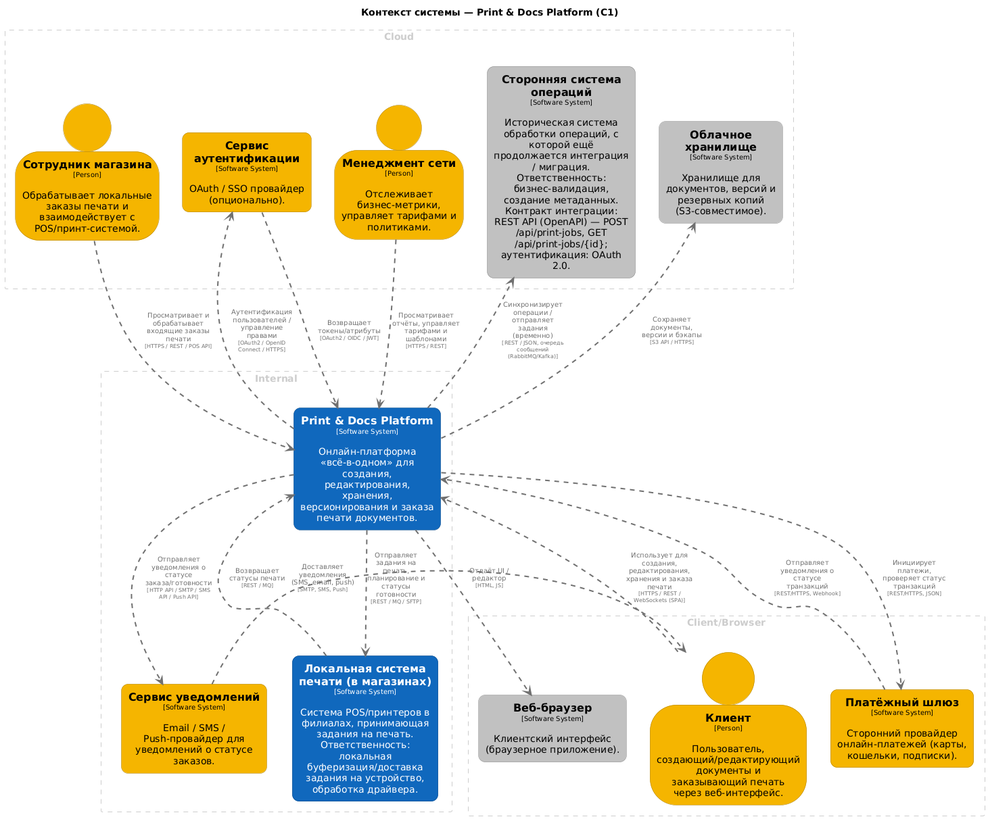
Before: docs/architecture/diagrams/structurizr-SystemContext-001.png, a diagram exported from PlantUML (EvgenijKobzar/sa-otus). The source it was exported from:
```plantuml
@startuml
set separator none
title Контекст системы — Print & Docs Platform (C1)

top to bottom direction

skinparam {
  arrowFontSize 10
  defaultTextAlignment center
  wrapWidth 200
  maxMessageSize 100
}

hide stereotype

skinparam rectangle<<PrintDocsPlatform>> {
  BackgroundColor #1168bd
  FontColor #ffffff
  BorderColor #0b4884
  roundCorner 20
  shadowing false
}
skinparam rectangle<<Веббраузер>> {
  BackgroundColor #c0c0c0
  FontColor #000000
  BorderColor #868686
  roundCorner 20
  shadowing false
}
skinparam person<<Клиент>> {
  BackgroundColor #f4b400
  FontColor #000000
  BorderColor #aa7d00
  shadowing false
}
skinparam rectangle<<Локальнаясистемапечативмагазинах>> {
  BackgroundColor #1168bd
  FontColor #ffffff
  BorderColor #0b4884
  roundCorner 20
  shadowing false
}
skinparam person<<Менеджментсети>> {
  BackgroundColor #f4b400
  FontColor #000000
  BorderColor #aa7d00
  shadowing false
}
skinparam rectangle<<Облачноехранилище>> {
  BackgroundColor #c0c0c0
  FontColor #000000
  BorderColor #868686
  roundCorner 20
  shadowing false
}
skinparam rectangle<<Платёжныйшлюз>> {
  BackgroundColor #f4b400
  FontColor #000000
  BorderColor #aa7d00
  roundCorner 20
  shadowing false
}
skinparam rectangle<<Сервисаутентификации>> {
  BackgroundColor #f4b400
  FontColor #000000
  BorderColor #aa7d00
  roundCorner 20
  shadowing false
}
skinparam rectangle<<Сервисуведомлений>> {
  BackgroundColor #f4b400
  FontColor #000000
  BorderColor #aa7d00
  roundCorner 20
  shadowing false
}
skinparam person<<Сотрудникмагазина>> {
  BackgroundColor #f4b400
  FontColor #000000
  BorderColor #aa7d00
  shadowing false
}
skinparam rectangle<<Сторонняясистемаопераций>> {
  BackgroundColor #c0c0c0
  FontColor #000000
  BorderColor #868686
  roundCorner 20
  shadowing false
}

rectangle "Client/Browser" <<group1>> as group1 {
  skinparam RectangleBorderColor<<group1>> #cccccc
  skinparam RectangleFontColor<<group1>> #cccccc
  skinparam RectangleBorderStyle<<group1>> dashed

  person "==Клиент\n<size:10>[Person]</size>\n\nПользователь, создающий/редактирующий документы и заказывающий печать через веб-интерфейс." <<Клиент>> as Клиент
  rectangle "==Платёжный шлюз\n<size:10>[Software System]</size>\n\nСторонний провайдер онлайн-платежей (карты, кошельки, подписки)." <<Платёжныйшлюз>> as Платёжныйшлюз
  rectangle "==Веб-браузер\n<size:10>[Software System]</size>\n\nКлиентский интерфейс (браузерное приложение)." <<Веббраузер>> as Веббраузер
}

rectangle "Cloud" <<group2>> as group2 {
  skinparam RectangleBorderColor<<group2>> #cccccc
  skinparam RectangleFontColor<<group2>> #cccccc
  skinparam RectangleBorderStyle<<group2>> dashed

  rectangle "==Сервис аутентификации\n<size:10>[Software System]</size>\n\nOAuth / SSO провайдер (опционально)." <<Сервисаутентификации>> as Сервисаутентификации
  rectangle "==Сторонняя система операций\n<size:10>[Software System]</size>\n\nИсторическая система обработки операций, с которой ещё продолжается интеграция / миграция. Ответственность: бизнес-валидация, создание метаданных. Контракт интеграции: REST API (OpenAPI) — POST /api/print-jobs, GET /api/print-jobs/{id}; аутентификация: OAuth 2.0." <<Сторонняясистемаопераций>> as Сторонняясистемаопераций
  person "==Сотрудник магазина\n<size:10>[Person]</size>\n\nОбрабатывает локальные заказы печати и взаимодействует с POS/принт-системой." <<Сотрудникмагазина>> as Сотрудникмагазина
  person "==Менеджмент сети\n<size:10>[Person]</size>\n\nОтслеживает бизнес-метрики, управляет тарифами и политиками." <<Менеджментсети>> as Менеджментсети
  rectangle "==Облачное хранилище\n<size:10>[Software System]</size>\n\nХранилище для документов, версий и резервных копий (S3-совместимое)." <<Облачноехранилище>> as Облачноехранилище
}

rectangle "Internal" <<group3>> as group3 {
  skinparam RectangleBorderColor<<group3>> #cccccc
  skinparam RectangleFontColor<<group3>> #cccccc
  skinparam RectangleBorderStyle<<group3>> dashed

  rectangle "==Print & Docs Platform\n<size:10>[Software System]</size>\n\nОнлайн-платформа «всё-в-одном» для создания, редактирования, хранения, версионирования и заказа печати документов." <<PrintDocsPlatform>> as PrintDocsPlatform
  rectangle "==Локальная система печати (в магазинах)\n<size:10>[Software System]</size>\n\nСистема POS/принтеров в филиалах, принимающая задания на печать. Ответственность: локальная буферизация/доставка задания на устройство, обработка драйвера." <<Локальнаясистемапечативмагазинах>> as Локальнаясистемапечативмагазинах
  rectangle "==Сервис уведомлений\n<size:10>[Software System]</size>\n\nEmail / SMS / Push-провайдер для уведомлений о статусе заказов." <<Сервисуведомлений>> as Сервисуведомлений
}


Клиент .[#707070,thickness=2].> PrintDocsPlatform : "<color:#707070>Использует для создания, редактирования, хранения и заказа печати\n<color:#707070><size:8>[HTTPS / REST / WebSockets (SPA)]</size>"
Сотрудникмагазина .[#707070,thickness=2].> PrintDocsPlatform : "<color:#707070>Просматривает и обрабатывает входящие заказы печати\n<color:#707070><size:8>[HTTPS / REST / POS API]</size>"
Менеджментсети .[#707070,thickness=2].> PrintDocsPlatform : "<color:#707070>Просматривает отчёты, управляет тарифами и шаблонами\n<color:#707070><size:8>[HTTPS / REST]</size>"
PrintDocsPlatform .[#707070,thickness=2].> Веббраузер : "<color:#707070>Отдаёт UI / редактор\n<color:#707070><size:8>[HTML, JS]</size>"
PrintDocsPlatform .[#707070,thickness=2].> Платёжныйшлюз : "<color:#707070>Инициирует платежи, проверяет статус транзакций\n<color:#707070><size:8>[REST/HTTPS, JSON]</size>"
Платёжныйшлюз .[#707070,thickness=2].> PrintDocsPlatform : "<color:#707070>Отправляет уведомления о статусе транзакций\n<color:#707070><size:8>[REST/HTTPS, Webhook]</size>"
PrintDocsPlatform .[#707070,thickness=2].> Сторонняясистемаопераций : "<color:#707070>Синхронизирует операции / отправляет задания (временно)\n<color:#707070><size:8>[REST / JSON, очередь сообщений (RabbitMQ/Kafka)]</size>"
PrintDocsPlatform .[#707070,thickness=2].> Локальнаясистемапечативмагазинах : "<color:#707070>Отправляет задания на печать, планирование и статусы готовности\n<color:#707070><size:8>[REST / MQ / SFTP]</size>"
Локальнаясистемапечативмагазинах .[#707070,thickness=2].> PrintDocsPlatform : "<color:#707070>Возвращает статусы печати\n<color:#707070><size:8>[REST / MQ]</size>"
PrintDocsPlatform .[#707070,thickness=2].> Облачноехранилище : "<color:#707070>Сохраняет документы, версии и бэкапы\n<color:#707070><size:8>[S3 API / HTTPS]</size>"
PrintDocsPlatform .[#707070,thickness=2].> Сервисуведомлений : "<color:#707070>Отправляет уведомления о статусе заказа/готовности\n<color:#707070><size:8>[HTTP API / SMTP / SMS API / Push API]</size>"
Сервисуведомлений .[#707070,thickness=2].> Клиент : "<color:#707070>Доставляет уведомления (SMS, email, push)\n<color:#707070><size:8>[SMTP, SMS, Push]</size>"
PrintDocsPlatform .[#707070,thickness=2].> Сервисаутентификации : "<color:#707070>Аутентификация пользователей / управление правами\n<color:#707070><size:8>[OAuth2 / OpenID Connect / HTTPS]</size>"
Сервисаутентификации .[#707070,thickness=2].> PrintDocsPlatform : "<color:#707070>Возвращает токены/атрибуты\n<color:#707070><size:8>[OAuth2 / OIDC / JWT]</size>"
@enduml
```
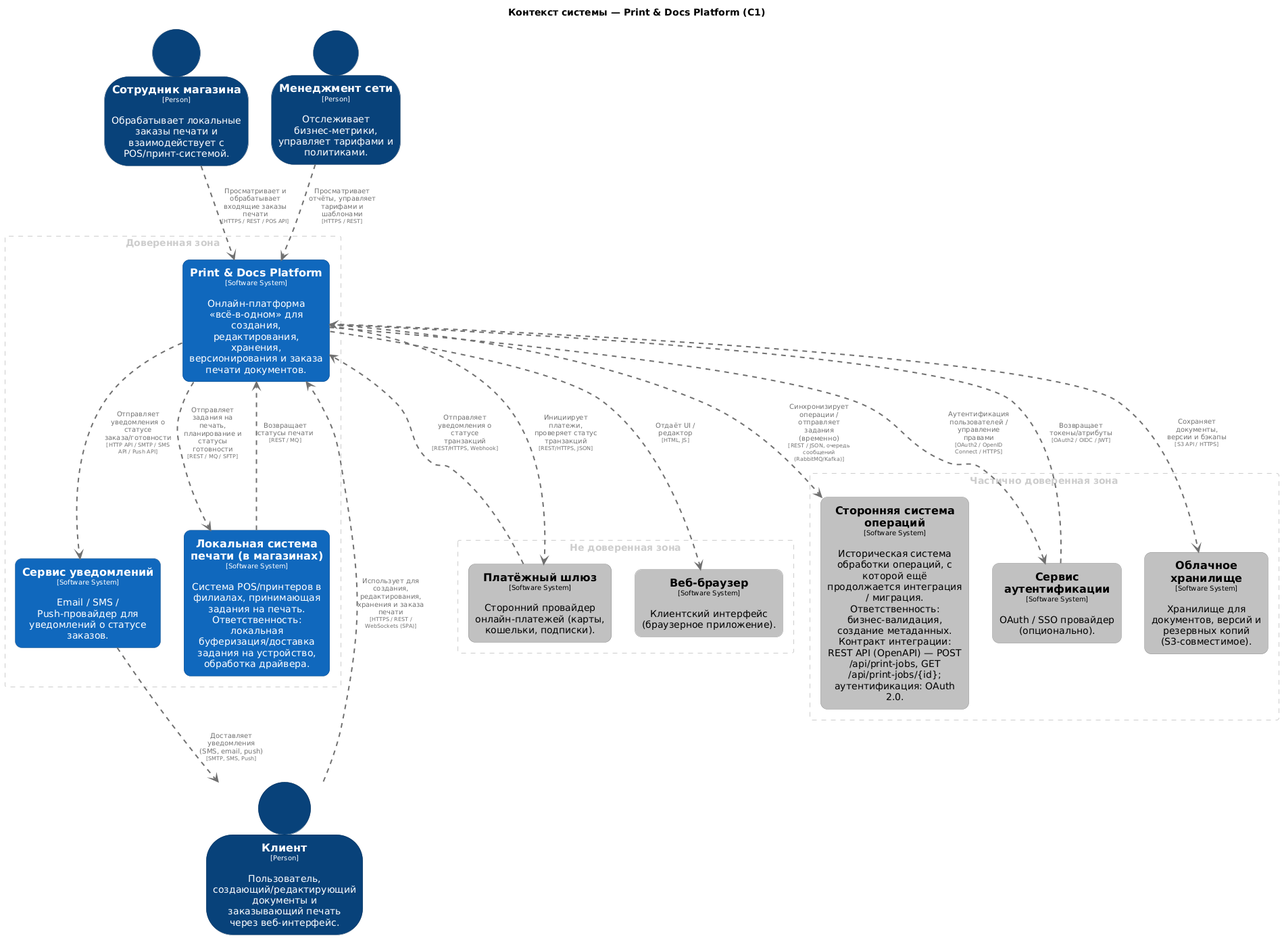
The same diagram one commit later.

What changed in the source:
```diff
@@ -28,9 +28,9 @@
   shadowing false
 }
 skinparam person<<Клиент>> {
-  BackgroundColor #f4b400
-  FontColor #000000
-  BorderColor #aa7d00
+  BackgroundColor #08427b
+  FontColor #ffffff
+  BorderColor #052e56
   shadowing false
 }
 skinparam rectangle<<Локальнаясистемапечативмагазинах>> {
@@ -41,9 +41,9 @@
   shadowing false
 }
 skinparam person<<Менеджментсети>> {
-  BackgroundColor #f4b400
-  FontColor #000000
-  BorderColor #aa7d00
+  BackgroundColor #08427b
+  FontColor #ffffff
+  BorderColor #052e56
   shadowing false
 }
 skinparam rectangle<<Облачноехранилище>> {
@@ -54,30 +54,30 @@
   shadowing false
 }
 skinparam rectangle<<Платёжныйшлюз>> {
-  BackgroundColor #f4b400
+  BackgroundColor #c0c0c0
   FontColor #000000
-  BorderColor #aa7d00
+  BorderColor #868686
   roundCorner 20
   shadowing false
 }
 skinparam rectangle<<Сервисаутентификации>> {
-  BackgroundColor #f4b400
+  BackgroundColor #c0c0c0
   FontColor #000000
-  BorderColor #aa7d00
+  BorderColor #868686
   roundCorner 20
   shadowing false
 }
 skinparam rectangle<<Сервисуведомлений>> {
-  BackgroundColor #f4b400
-  FontColor #000000
-  BorderColor #aa7d00
+  BackgroundColor #1168bd
+  FontColor #ffffff
+  BorderColor #0b4884
   roundCorner 20
   shadowing false
 }
 skinparam person<<Сотрудникмагазина>> {
-  BackgroundColor #f4b400
-  FontColor #000000
-  BorderColor #aa7d00
+  BackgroundColor #08427b
+  FontColor #ffffff
+  BorderColor #052e56
   shadowing false
 }
 skinparam rectangle<<Сторонняясистемаопераций>> {
@@ -88,38 +88,38 @@
   shadowing false
 }
 
-rectangle "Client/Browser" <<group1>> as group1 {
+rectangle "Доверенная зона" <<group1>> as group1 {
   skinparam RectangleBorderColor<<group1>> #cccccc
   skinparam RectangleFontColor<<group1>> #cccccc
   skinparam RectangleBorderStyle<<group1>> dashed
-
-  person "==Клиент\n<size:10>[Person]</size>\n\nПользователь, создающий/редактирующий документы и заказывающий печать через веб-интерфейс." <<Клиент>> as Клиент
-  rectangle "==Платёжный шлюз\n<size:10>[Software System]</size>\n\nСторонний провайдер онлайн-платежей (карты, кошельки, подписки)." <<Платёжныйшлюз>> as Платёжныйшлюз
-  rectangle "==Веб-браузер\n<size:10>[Software System]</size>\n\nКлиентский интерфейс (браузерное приложение)." <<Веббраузер>> as Веббраузер
-}
-
-rectangle "Cloud" <<group2>> as group2 {
-  skinparam RectangleBorderColor<<group2>> #cccccc
-  skinparam RectangleFontColor<<group2>> #cccccc
-  skinparam RectangleBorderStyle<<group2>> dashed
-
-  rectangle "==Сервис аутентификации\n<size:10>[Software System]</size>\n\nOAuth / SSO провайдер (опционально)." <<Сервисаутентификации>> as Сервисаутентификации
-  rectangle "==Сторонняя система операций\n<size:10>[Software System]</size>\n\nИсторическая система обработки операций, с которой ещё продолжается интеграция / миграция. Ответственность: бизнес-валидация, создание метаданных. Контракт интеграции: REST API (OpenAPI) — POST /api/print-jobs, GET /api/print-jobs/{id}; аутентификация: OAuth 2.0." <<Сторонняясистемаопераций>> as Сторонняясистемаопераций
-  person "==Сотрудник магазина\n<size:10>[Person]</size>\n\nОбрабатывает локальные заказы печати и взаимодействует с POS/принт-системой." <<Сотрудникмагазина>> as Сотрудникмагазина
-  person "==Менеджмент сети\n<size:10>[Person]</size>\n\nОтслеживает бизнес-метрики, управляет тарифами и политиками." <<Менеджментсети>> as Менеджментсети
-  rectangle "==Облачное хранилище\n<size:10>[Software System]</size>\n\nХранилище для документов, версий и резервных копий (S3-совместимое)." <<Облачноехранилище>> as Облачноехранилище
-}
-
-rectangle "Internal" <<group3>> as group3 {
-  skinparam RectangleBorderColor<<group3>> #cccccc
-  skinparam RectangleFontColor<<group3>> #cccccc
-  skinparam RectangleBorderStyle<<group3>> dashed
 
   rectangle "==Print & Docs Platform\n<size:10>[Software System]</size>\n\nОнлайн-платформа «всё-в-одном» для создания, редактирования, хранения, версионирования и заказа печати документов." <<PrintDocsPlatform>> as PrintDocsPlatform
   rectangle "==Локальная система печати (в магазинах)\n<size:10>[Software System]</size>\n\nСистема POS/принтеров в филиалах, принимающая задания на печать. Ответственность: локальная буферизация/доставка задания на устройство, обработка драйвера." <<Локальнаясистемапечативмагазинах>> as Локальнаясистемапечативмагазинах
   rectangle "==Сервис уведомлений\n<size:10>[Software System]</size>\n\nEmail / SMS / Push-провайдер для уведомлений о статусе заказов." <<Сервисуведомлений>> as Сервисуведомлений
 }
 
+rectangle "Не доверенная зона" <<group2>> as group2 {
+  skinparam RectangleBorderColor<<group2>> #cccccc
+  skinparam RectangleFontColor<<group2>> #cccccc
+  skinparam RectangleBorderStyle<<group2>> dashed
+
+  rectangle "==Платёжный шлюз\n<size:10>[Software System]</size>\n\nСторонний провайдер онлайн-платежей (карты, кошельки, подписки)." <<Платёжныйшлюз>> as Платёжныйшлюз
+  rectangle "==Веб-браузер\n<size:10>[Software System]</size>\n\nКлиентский интерфейс (браузерное приложение)." <<Веббраузер>> as Веббраузер
+}
+
+rectangle "Частично доверенная зона" <<group3>> as group3 {
+  skinparam RectangleBorderColor<<group3>> #cccccc
+  skinparam RectangleFontColor<<group3>> #cccccc
+  skinparam RectangleBorderStyle<<group3>> dashed
+
+  rectangle "==Сервис аутентификации\n<size:10>[Software System]</size>\n\nOAuth / SSO провайдер (опционально)." <<Сервисаутентификации>> as Сервисаутентификации
+  rectangle "==Сторонняя система операций\n<size:10>[Software System]</size>\n\nИсторическая система обработки операций, с которой ещё продолжается интеграция / миграция. Ответственность: бизнес-валидация, создание метаданных. Контракт интеграции: REST API (OpenAPI) — POST /api/print-jobs, GET /api/print-jobs/{id}; аутентификация: OAuth 2.0." <<Сторонняясистемаопераций>> as Сторонняясистемаопераций
+  rectangle "==Облачное хранилище\n<size:10>[Software System]</size>\n\nХранилище для документов, версий и резервных копий (S3-совместимое)." <<Облачноехранилище>> as Облачноехранилище
+}
+
+person "==Клиент\n<size:10>[Person]</size>\n\nПользователь, создающий/редактирующий документы и заказывающий печать через веб-интерфейс." <<Клиент>> as Клиент
+person "==Сотрудник магазина\n<size:10>[Person]</size>\n\nОбрабатывает локальные заказы печати и взаимодействует с POS/принт-системой." <<Сотрудникмагазина>> as Сотрудникмагазина
+person "==Менеджмент сети\n<size:10>[Person]</size>\n\nОтслеживает бизнес-метрики, управляет тарифами и политиками." <<Менеджментсети>> as Менеджментсети
 
 Клиент .[#707070,thickness=2].> PrintDocsPlatform : "<color:#707070>Использует для создания, редактирования, хранения и заказа печати\n<color:#707070><size:8>[HTTPS / REST / WebSockets (SPA)]</size>"
 Сотрудникмагазина .[#707070,thickness=2].> PrintDocsPlatform : "<color:#707070>Просматривает и обрабатывает входящие заказы печати\n<color:#707070><size:8>[HTTPS / REST / POS API]</size>"
```
